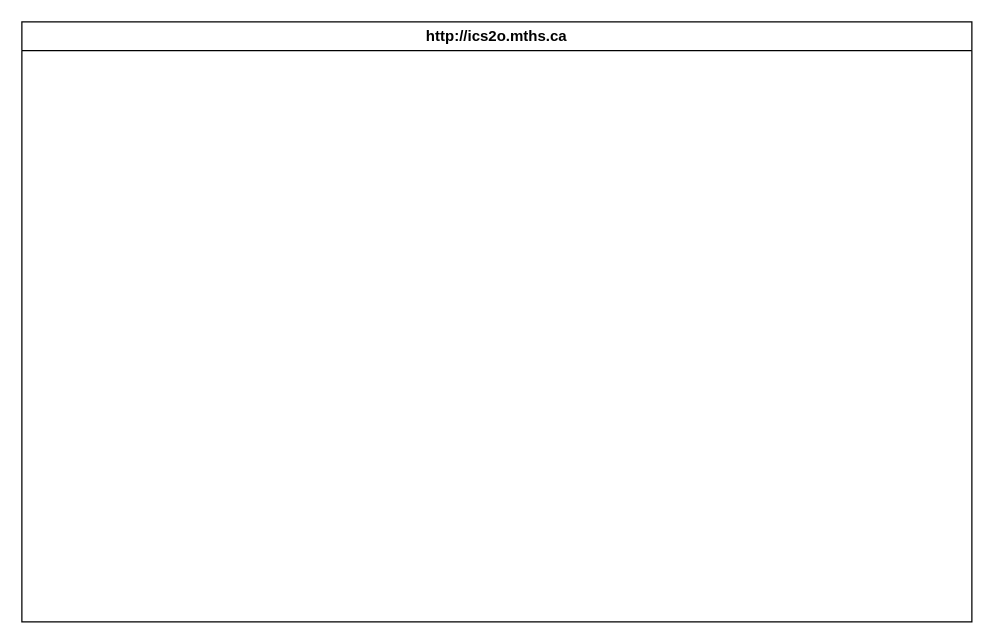
This is design/storyboard.drawio from MTHS-ICD2O-1-2023/ICD2O-Unit-5-02-yoochan-han, a draw.io file, before an edit. Source tidied: cells renumbered, new cells numbered last; positions are measured from the earlier drawing's top-left corner, leaving out a move shared by most shapes. Both pictures are drawn from the tidied source at 125%, with x=0, y=0 at pixel (21, 21).
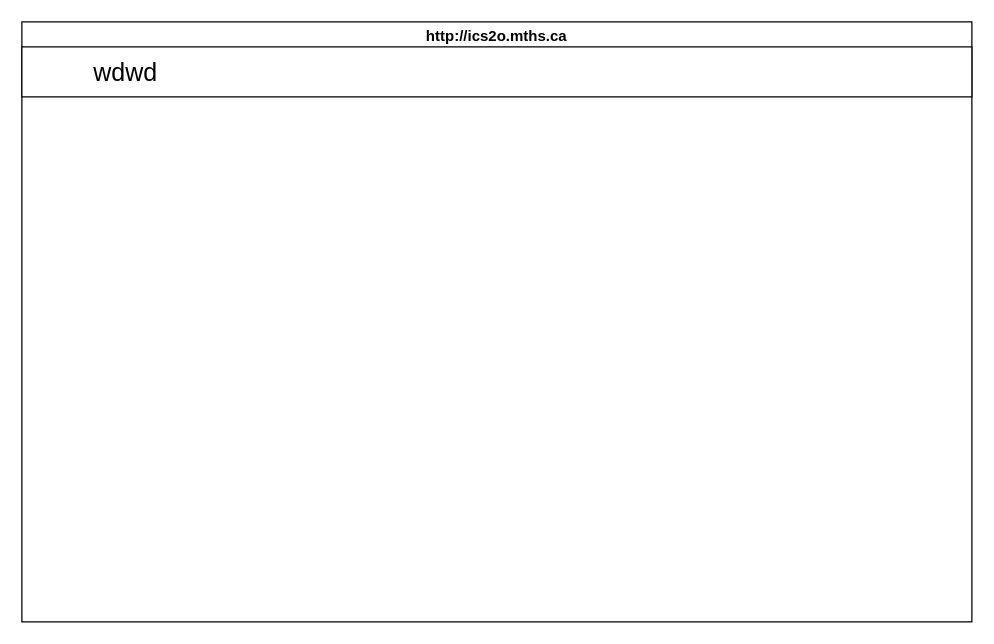
The same page after the edit.

Diff of the diagram source:
```diff
@@
 <mxGraphModel>
   <root>
     <mxCell id="0" />
     <mxCell id="1" parent="0" />
     <mxCell id="2" value="http://ics2o.mths.ca" style="swimlane;whiteSpace=wrap;html=1;" parent="1" vertex="1">
       <mxGeometry width="760" height="480" as="geometry" />
     </mxCell>
+    <mxCell id="3" value="&lt;font style=&quot;font-size: 20px;&quot;&gt;&amp;nbsp; &amp;nbsp; &amp;nbsp; &amp;nbsp; &amp;nbsp; wdwd&lt;/font&gt;" style="rounded=0;whiteSpace=wrap;html=1;align=left;" parent="2" vertex="1">
+      <mxGeometry y="20" width="760" height="40" as="geometry" />
+    </mxCell>
   </root>
 </mxGraphModel>
```
